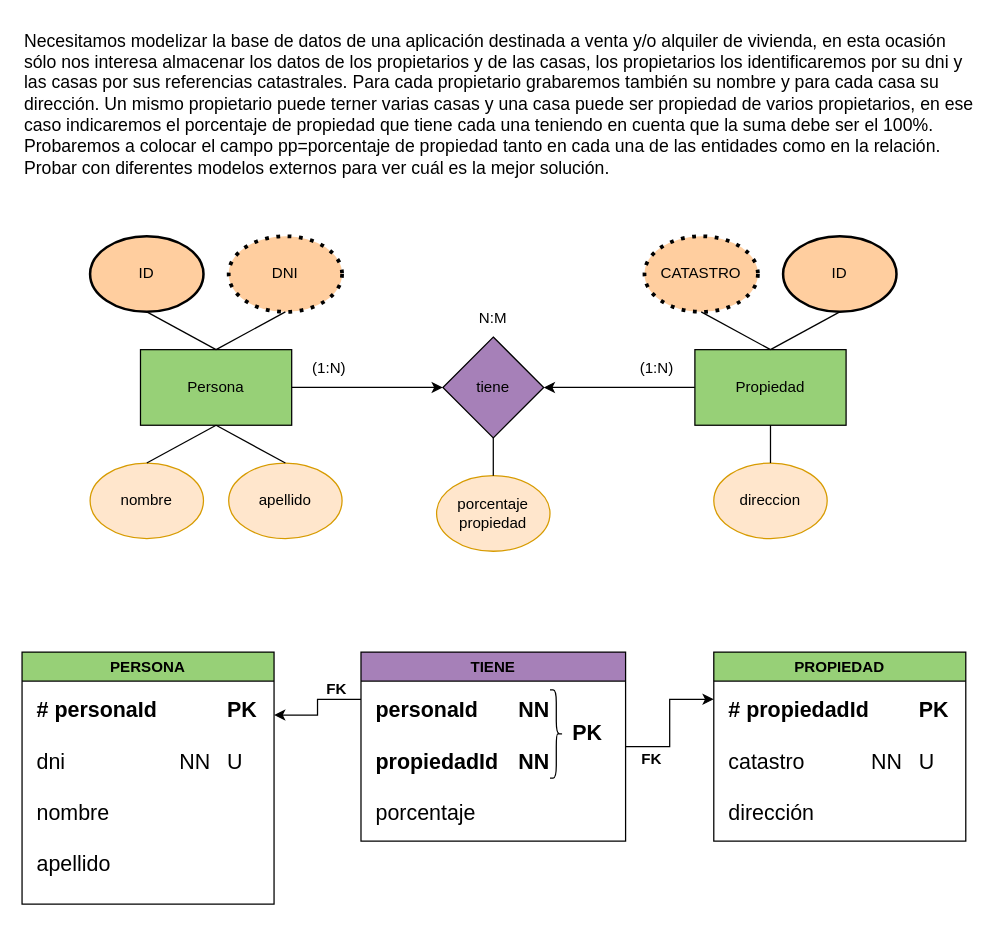
The draw.io diagram drawio/Ejer6.drawio in DiEgOfercri/Modelos-BBDD, before the edit. Source tidied: cells renumbered, new cells numbered last; positions are measured from the earlier drawing's top-left corner, leaving out a move shared by most shapes. Both pictures are drawn from the tidied source at 126%, with x=0, y=0 at pixel (21, 21).
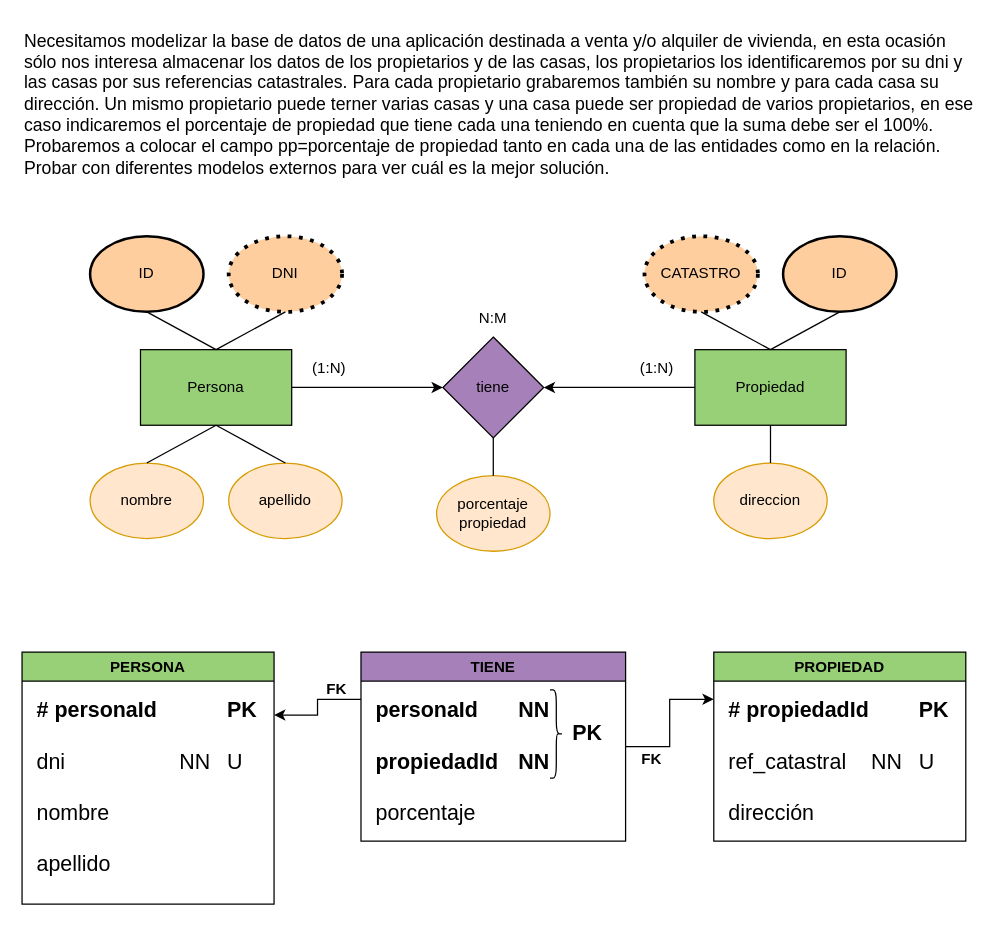
After the change.

The change refers to these unchanged cells:
```xml
<mxCell id="35" value="PROPIEDAD" style="swimlane;whiteSpace=wrap;html=1;fillColor=#97D077;" parent="1" vertex="1">
  <mxGeometry x="549" y="500" width="200" height="150" as="geometry" />
</mxCell>
```

Change to the diagram source:
```diff
@@
-    <mxCell id="36" value="&lt;b style=&quot;font-size: 17px;&quot;&gt;# propiedadId&lt;span style=&quot;white-space: pre;&quot;&gt;&#9;&lt;/span&gt;PK&lt;/b&gt;&lt;br style=&quot;font-size: 17px;&quot;&gt;&lt;br style=&quot;font-size: 17px;&quot;&gt;catastro&lt;span style=&quot;white-space: pre;&quot;&gt;&#9;&lt;/span&gt;&lt;span style=&quot;white-space: pre;&quot;&gt;&#9;&lt;/span&gt;NN&lt;span style=&quot;white-space: pre;&quot;&gt;&#9;&lt;/span&gt;U&lt;br style=&quot;font-size: 17px;&quot;&gt;&lt;br style=&quot;font-size: 17px;&quot;&gt;dirección" style="text;html=1;strokeColor=none;fillColor=none;align=left;verticalAlign=top;whiteSpace=wrap;rounded=0;fontSize=17;" parent="35" vertex="1">
+    <mxCell id="36" value="&lt;b style=&quot;font-size: 17px;&quot;&gt;# propiedadId&lt;span style=&quot;white-space: pre;&quot;&gt;&#9;&lt;/span&gt;PK&lt;/b&gt;&lt;br style=&quot;font-size: 17px;&quot;&gt;&lt;br style=&quot;font-size: 17px;&quot;&gt;ref_catastral&lt;span style=&quot;white-space: pre;&quot;&gt;&#9;&lt;/span&gt;NN&lt;span style=&quot;white-space: pre;&quot;&gt;&#9;&lt;/span&gt;U&lt;br style=&quot;font-size: 17px;&quot;&gt;&lt;br style=&quot;font-size: 17px;&quot;&gt;dirección" style="text;html=1;strokeColor=none;fillColor=none;align=left;verticalAlign=top;whiteSpace=wrap;rounded=0;fontSize=17;" parent="35" vertex="1">
       <mxGeometry x="10" y="30" width="180" height="110" as="geometry" />
     </mxCell>
```
